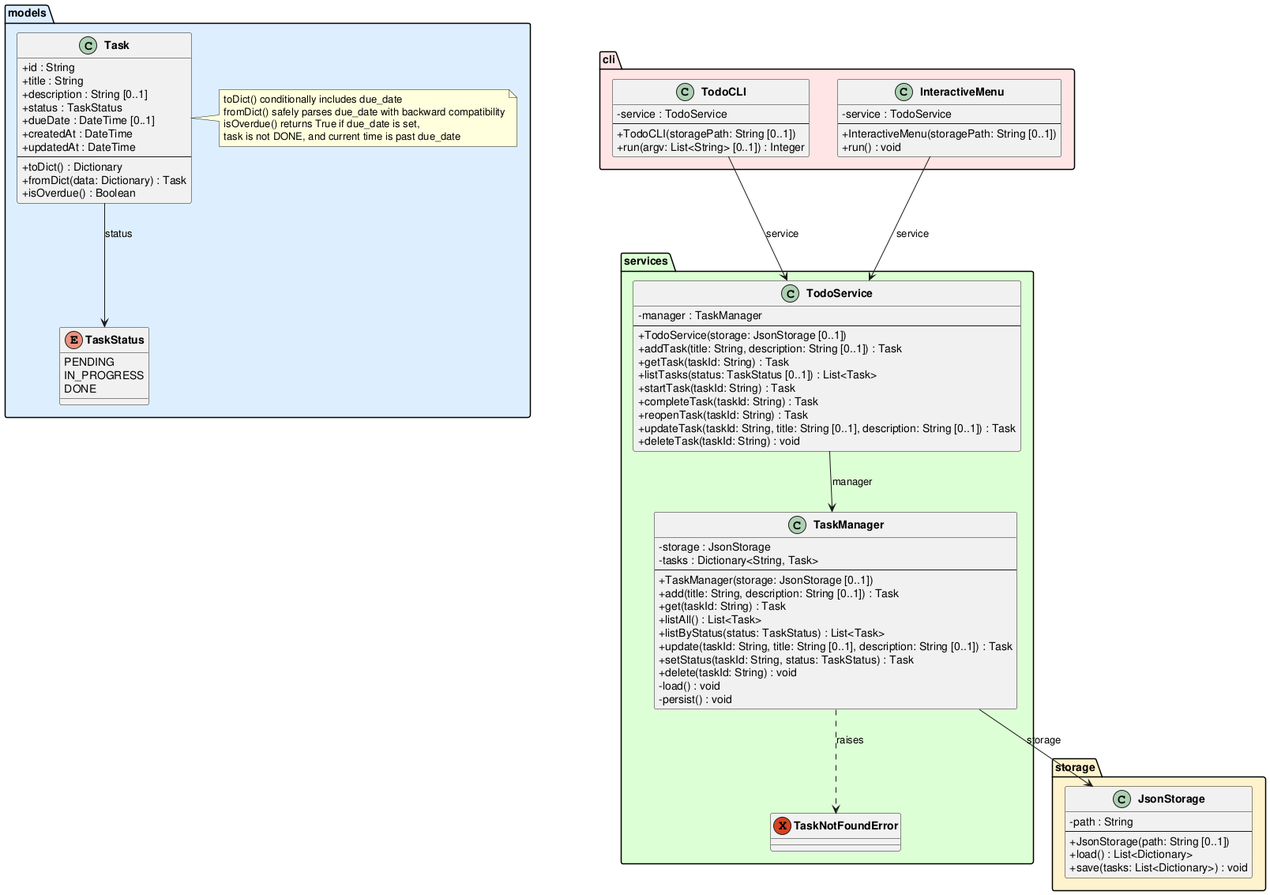
Before: experiments/pipeline/structured_text/TODO/artifacts/class_diagram.png, a diagram exported from PlantUML (DanielRiha8906/Software_autoevolution_using_agents).
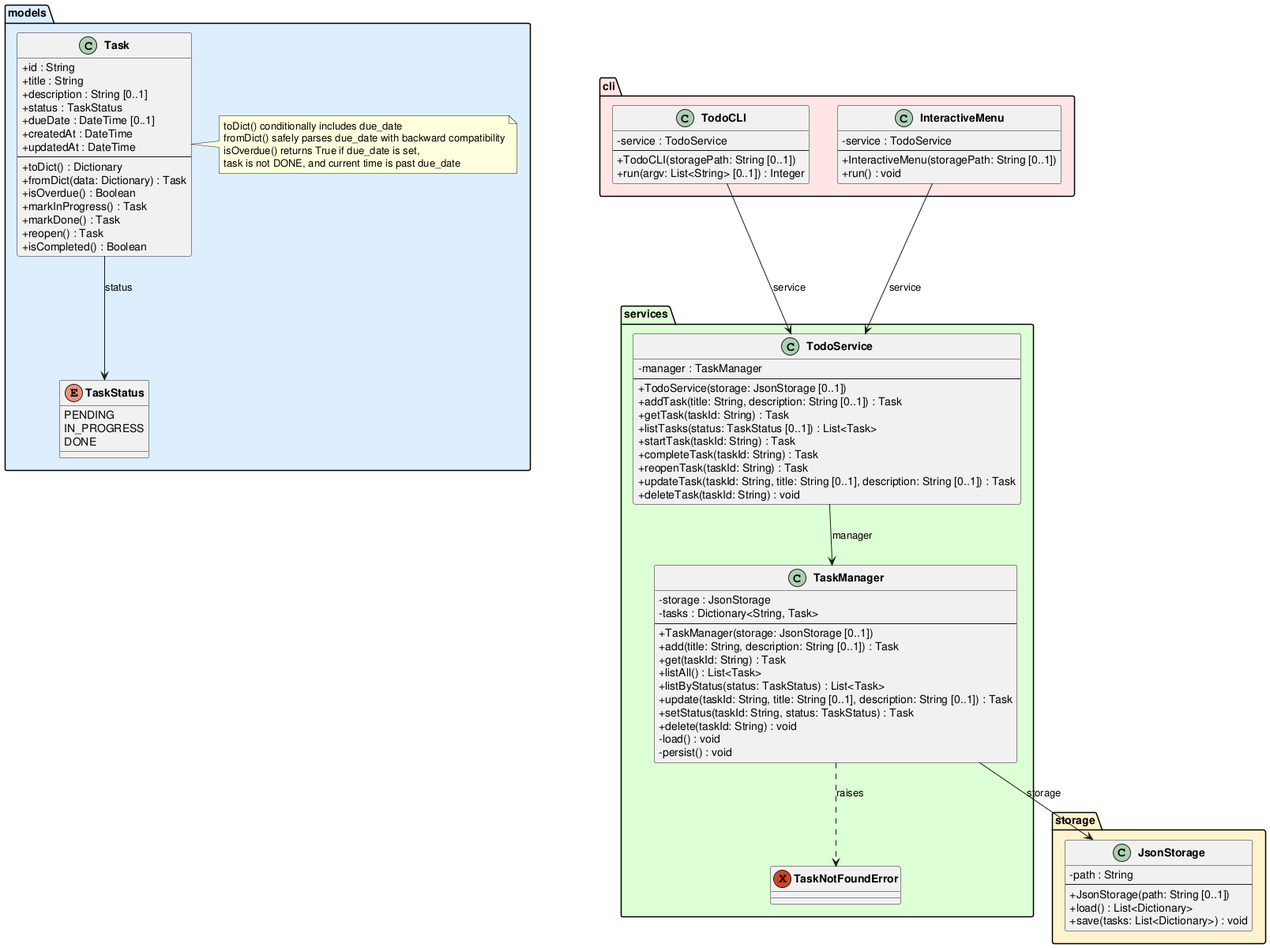
The same diagram one commit later.

Change to the diagram source:
```diff
@@ -22,6 +22,10 @@
         +toDict() : Dictionary
         +fromDict(data: Dictionary) : Task
         +isOverdue() : Boolean
+        +markInProgress() : Task
+        +markDone() : Task
+        +reopen() : Task
+        +isCompleted() : Boolean
     }
     note right of Task
         toDict() conditionally includes due_date
```
